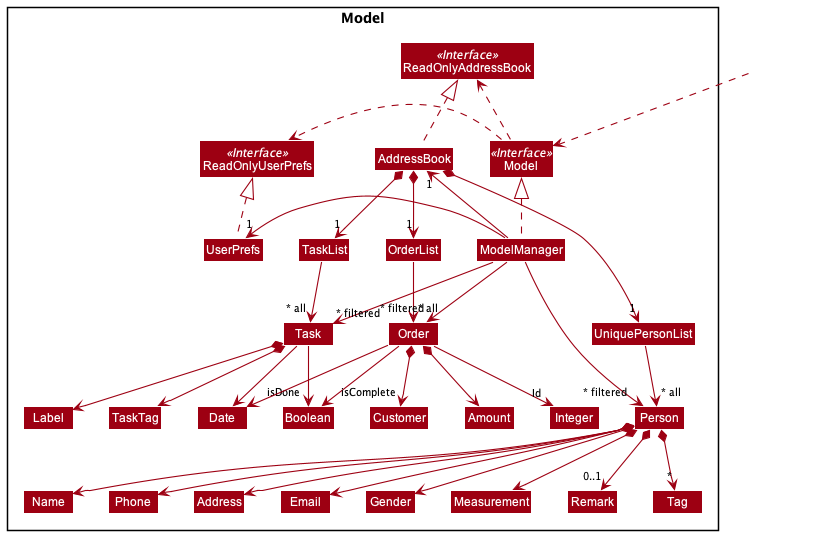
The PlantUML diagram docs/images/ModelClassDiagram.png in nus-cs2103-AY2122S1/tp, before a commit.
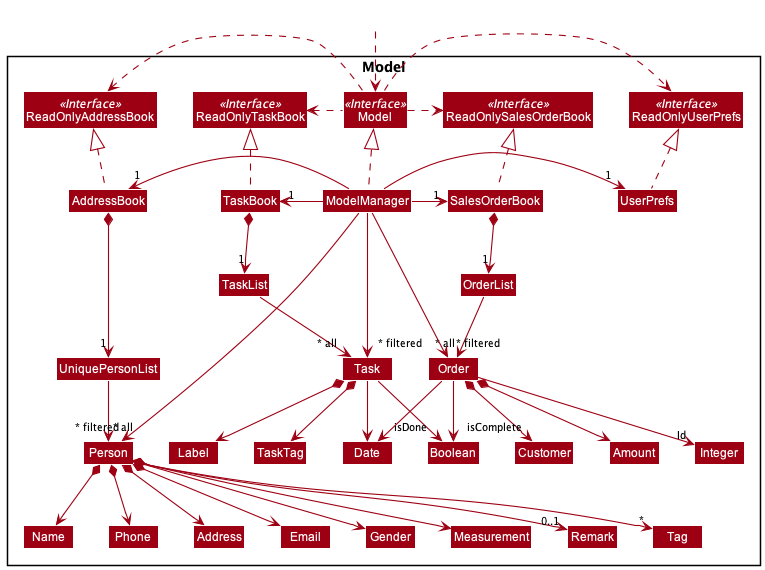
After the change.

Commit message:
Updated the diagrams for Model and Storage componet

Diff of the diagram source:
```diff
@@ -8,13 +8,20 @@
 Package Model <<Rectangle>>{
 Interface ReadOnlyAddressBook <<Interface>>
 Interface ReadOnlyUserPrefs <<Interface>>
+Interface ReadOnlyTaskBook <<Interface>>
+Interface ReadOnlySalesOrderBook <<Interface>>
 Interface Model <<Interface>>
 Class AddressBook
+Class TaskBook
+Class SalesOrderBook
 Class ReadOnlyAddressBook
+Class ReadOnlyTaskBook
+Class ReadOnlySalesOrderBook
 Class Model
 Class ModelManager
 Class UserPrefs
 Class ReadOnlyUserPrefs
+
 
 Class UniquePersonList
 Class Person
@@ -43,12 +50,20 @@
 HiddenOutside ..> Model
 
 AddressBook .up.|> ReadOnlyAddressBook
+TaskBook .up.|> ReadOnlyTaskBook
+SalesOrderBook .up.|> ReadOnlySalesOrderBook
 
 ModelManager .up.|> Model
 Model .right.> ReadOnlyUserPrefs
 Model .left.> ReadOnlyAddressBook
+Model .left.> ReadOnlyTaskBook
+Model .right.> ReadOnlySalesOrderBook
+
+
 ModelManager -left-> "1" AddressBook
 ModelManager -right-> "1" UserPrefs
+ModelManager -left-> "1" TaskBook
+ModelManager -right-> "1" SalesOrderBook
 UserPrefs .up.|> ReadOnlyUserPrefs
 
 AddressBook *--> "1" UniquePersonList
@@ -66,14 +81,14 @@
 Phone -[hidden]right-> Address
 Address -[hidden]right-> Email
 
-AddressBook *--> "1" TaskList
+TaskBook *--> "1" TaskList
 TaskList --> "~* all" Task
 Task *--> Label
 Task *--> TaskTag
 Task --> Date
 Task --> "isDone" Boolean
 
-AddressBook *--> "1" OrderList
+SalesOrderBook *--> "1" OrderList
 OrderList --> "~* all" Order
 Order *--> Amount
 Order *--> Customer
```
